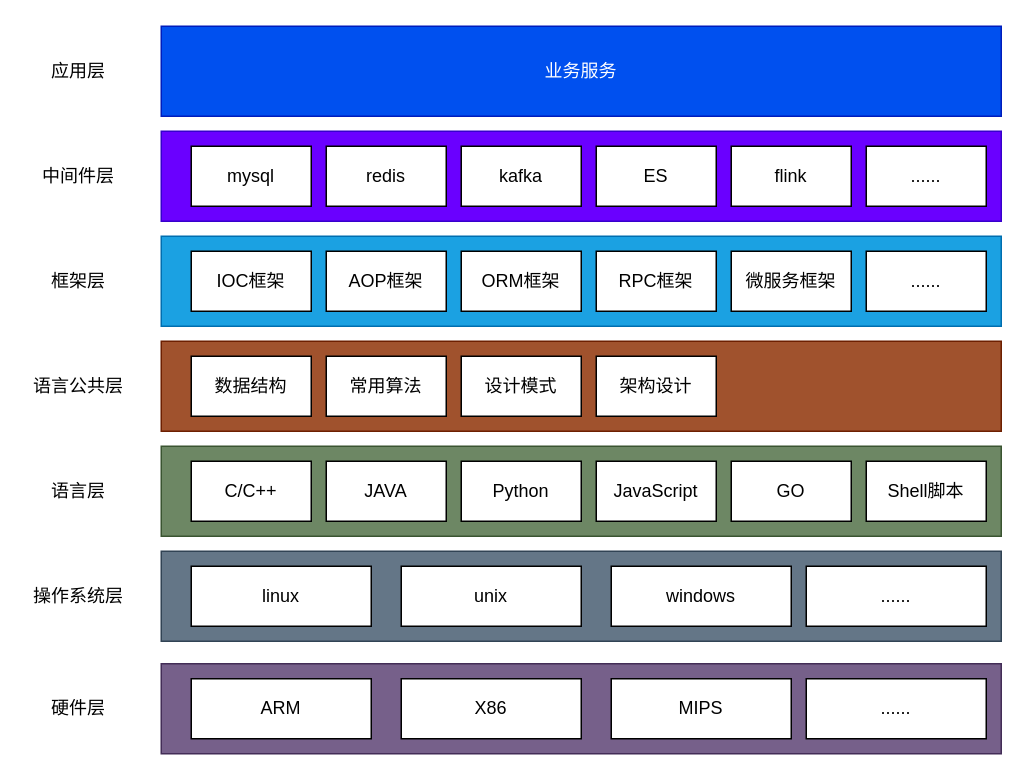
The draw.io diagram program/summary.drawio in lzk90s/lzk90s.github.io, before the edit. Source tidied: cells renumbered, new cells numbered last; positions are measured from the earlier drawing's top-left corner, leaving out a move shared by most shapes. Both pictures are drawn from the tidied source at 150%, with x=0, y=0 at pixel (26, 26).
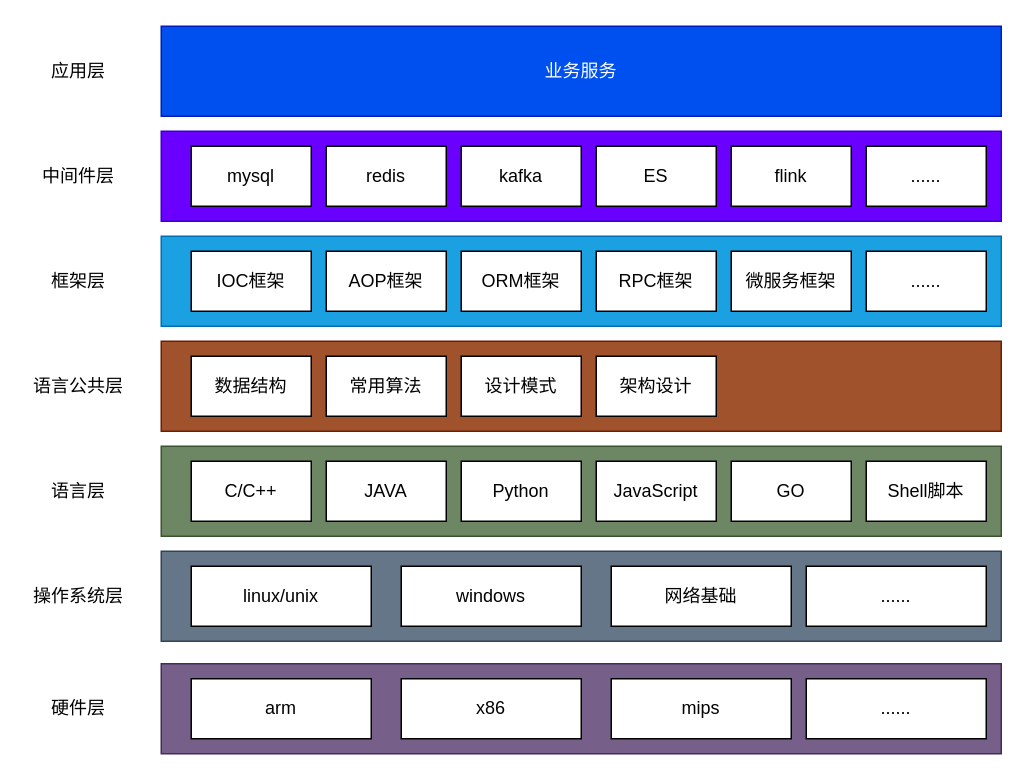
The same page after the edit.

What changed in the source:
```diff
@@
-    <mxCell id="3" value="ARM" style="rounded=0;whiteSpace=wrap;html=1;" parent="1" vertex="1">
+    <mxCell id="3" value="arm" style="rounded=0;whiteSpace=wrap;html=1;" parent="1" vertex="1">
       <mxGeometry x="110" y="435" width="120" height="40" as="geometry" />
     </mxCell>
-    <mxCell id="4" value="X86" style="rounded=0;whiteSpace=wrap;html=1;" parent="1" vertex="1">
+    <mxCell id="4" value="x86" style="rounded=0;whiteSpace=wrap;html=1;" parent="1" vertex="1">
       <mxGeometry x="250" y="435" width="120" height="40" as="geometry" />
     </mxCell>
-    <mxCell id="5" value="MIPS" style="rounded=0;whiteSpace=wrap;html=1;" parent="1" vertex="1">
+    <mxCell id="5" value="mips" style="rounded=0;whiteSpace=wrap;html=1;" parent="1" vertex="1">
       <mxGeometry x="390" y="435" width="120" height="40" as="geometry" />
     </mxCell>
@@
-    <mxCell id="7" value="linux" style="rounded=0;whiteSpace=wrap;html=1;" parent="1" vertex="1">
+    <mxCell id="7" value="linux/unix" style="rounded=0;whiteSpace=wrap;html=1;" parent="1" vertex="1">
       <mxGeometry x="110" y="360" width="120" height="40" as="geometry" />
     </mxCell>
-    <mxCell id="8" value="unix" style="rounded=0;whiteSpace=wrap;html=1;" parent="1" vertex="1">
+    <mxCell id="8" value="windows" style="rounded=0;whiteSpace=wrap;html=1;" parent="1" vertex="1">
       <mxGeometry x="250" y="360" width="120" height="40" as="geometry" />
     </mxCell>
-    <mxCell id="9" value="windows" style="rounded=0;whiteSpace=wrap;html=1;" parent="1" vertex="1">
+    <mxCell id="9" value="网络基础" style="rounded=0;whiteSpace=wrap;html=1;" parent="1" vertex="1">
       <mxGeometry x="390" y="360" width="120" height="40" as="geometry" />
     </mxCell>
```
